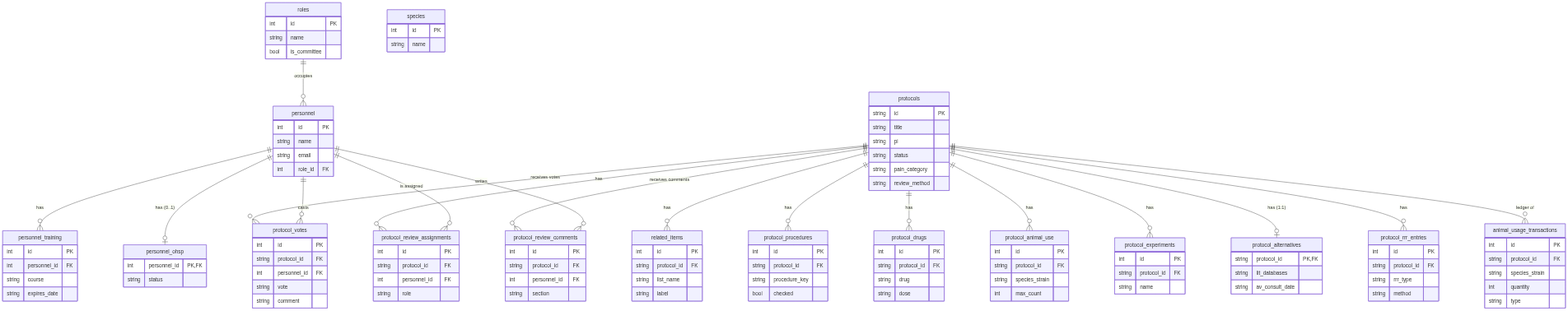
Earlier version of the Mermaid export docs/database-schema.png (BabuBahir/Iacuc-Protocol-Web-APP). Its source is kept beside it as docs/database-schema.mmd. The source it was exported from:
```mermaid
erDiagram
    protocols ||--o{ related_items : "has"
    protocols ||--o{ protocol_procedures : "has"
    protocols ||--o{ protocol_drugs : "has"
    protocols ||--o{ protocol_animal_use : "has"
    protocols ||--o{ protocol_experiments : "has"
    protocols ||--o| protocol_alternatives : "has (1:1)"
    protocols ||--o{ protocol_rrr_entries : "has"
    protocols ||--o{ animal_usage_transactions : "ledger of"
    protocols ||--o{ protocol_votes : "receives votes"
    protocols ||--o{ protocol_review_assignments : "has"
    protocols ||--o{ protocol_review_comments : "receives comments"
    roles ||--o{ personnel : "occupies"
    personnel ||--o{ personnel_training : "has"
    personnel ||--o| personnel_ohsp : "has (0..1)"
    personnel ||--o{ protocol_votes : "casts"
    personnel ||--o{ protocol_review_assignments : "is assigned"
    personnel ||--o{ protocol_review_comments : "writes"

    protocols {
        string id PK
        string title
        string pi
        string status
        string pain_category
        string review_method
    }
    related_items {
        int id PK
        string protocol_id FK
        string list_name
        string label
    }
    species {
        int id PK
        string name
    }
    roles {
        int id PK
        string name
        bool is_committee
    }
    personnel {
        int id PK
        string name
        string email
        int role_id FK
    }
    personnel_training {
        int id PK
        int personnel_id FK
        string course
        string expires_date
    }
    personnel_ohsp {
        int personnel_id PK, FK
        string status
    }
    protocol_votes {
        int id PK
        string protocol_id FK
        int personnel_id FK
        string vote
        string comment
    }
    protocol_review_assignments {
        int id PK
        string protocol_id FK
        int personnel_id FK
        string role
    }
    protocol_review_comments {
        int id PK
        string protocol_id FK
        int personnel_id FK
        string section
    }
    protocol_procedures {
        int id PK
        string protocol_id FK
        string procedure_key
        bool checked
    }
    protocol_drugs {
        int id PK
        string protocol_id FK
        string drug
        string dose
    }
    protocol_animal_use {
        int id PK
        string protocol_id FK
        string species_strain
        int max_count
    }
    protocol_experiments {
        int id PK
        string protocol_id FK
        string name
    }
    protocol_alternatives {
        string protocol_id PK, FK
        string lit_databases
        string av_consult_date
    }
    protocol_rrr_entries {
        int id PK
        string protocol_id FK
        string rrr_type
        string method
    }
    animal_usage_transactions {
        int id PK
        string protocol_id FK
        string species_strain
        int quantity
        string type
    }
```
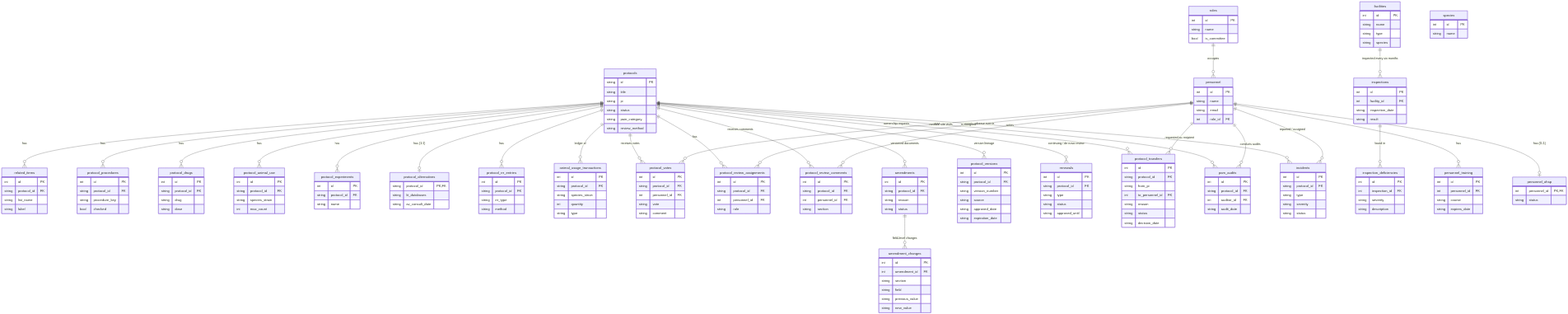
After the change.

The edit, as a diff of the source:
```diff
@@ -10,12 +10,24 @@
     protocols ||--o{ protocol_votes : "receives votes"
     protocols ||--o{ protocol_review_assignments : "has"
     protocols ||--o{ protocol_review_comments : "receives comments"
+    protocols ||--o{ amendments : "versioned documents"
+    protocols ||--o{ protocol_versions : "version lineage"
+    protocols ||--o{ renewals : "continuing / de novo review"
+    protocols ||--o{ protocol_transfers : "ownership requests"
+    protocols ||--o{ pam_audits : "PAM site visits"
+    protocols ||--o{ incidents : "reports adverse events"
+    facilities ||--o{ inspections : "inspected every six months"
+    inspections ||--o{ inspection_deficiencies : "found in"
+    amendments ||--o{ amendment_changes : "field-level changes"
     roles ||--o{ personnel : "occupies"
     personnel ||--o{ personnel_training : "has"
     personnel ||--o| personnel_ohsp : "has (0..1)"
     personnel ||--o{ protocol_votes : "casts"
     personnel ||--o{ protocol_review_assignments : "is assigned"
     personnel ||--o{ protocol_review_comments : "writes"
+    personnel ||--o{ protocol_transfers : "requested as recipient"
+    personnel ||--o{ incidents : "reported / assigned"
+    personnel ||--o{ pam_audits : "conducts audits"
 
     protocols {
         string id PK
@@ -116,3 +128,72 @@
         int quantity
         string type
     }
+    amendments {
+        int id PK
+        string protocol_id FK
+        string reason
+        string status
+    }
+    amendment_changes {
+        int id PK
+        int amendment_id FK
+        string section
+        string field
+        string previous_value
+        string new_value
+    }
+    protocol_versions {
+        int id PK
+        string protocol_id FK
+        string version_number
+        string source
+        string approved_date
+        string expiration_date
+    }
+    renewals {
+        int id PK
+        string protocol_id FK
+        string type
+        string status
+        string approved_until
+    }
+    protocol_transfers {
+        int id PK
+        string protocol_id FK
+        string from_pi
+        int to_personnel_id FK
+        string reason
+        string status
+        string decision_date
+    }
+    facilities {
+        int id PK
+        string name
+        string type
+        string species
+    }
+    inspections {
+        int id PK
+        int facility_id FK
+        string inspection_date
+        string result
+    }
+    inspection_deficiencies {
+        int id PK
+        int inspection_id FK
+        string severity
+        string description
+    }
+    incidents {
+        int id PK
+        string protocol_id FK
+        string type
+        string severity
+        string status
+    }
+    pam_audits {
+        int id PK
+        string protocol_id FK
+        int auditor_id FK
+        string audit_date
+    }
```
